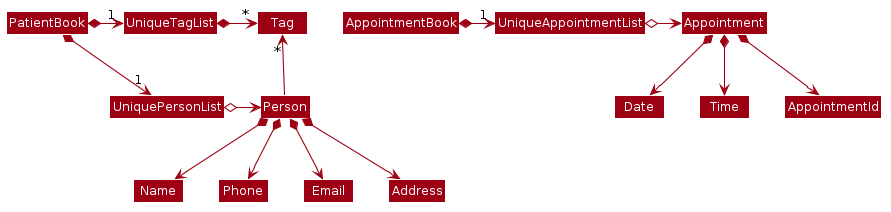
Above: docs/images/BetterModelClassDiagram.png in xz0127/tp (PlantUML), before the change.
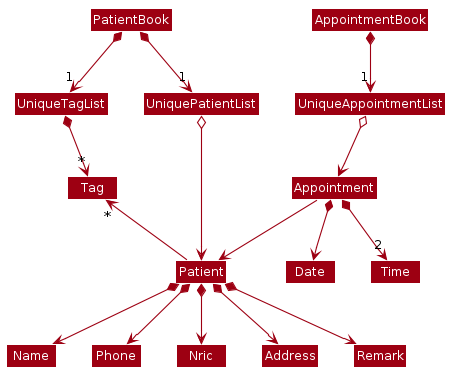
After the commit.

What changed in the source:
```diff
@@ -51,26 +51,27 @@
 skinparam arrowColor #9D0012
 skinparam classBackgroundColor #9D0012
 
-PatientBook *-right-> "1" UniquePersonList
-PatientBook *-right-> "1" UniqueTagList
-UniqueTagList -[hidden]down- UniquePersonList
-UniqueTagList -[hidden]down- UniquePersonList
+PatientBook *--> "1" UniquePatientList
+PatientBook *--> "1" UniqueTagList
 
-UniqueTagList *-right-> "*" Tag
-UniquePersonList o-right-> Person
+UniqueTagList -[hidden]right- UniquePatientList
 
-Person -up-> "*" Tag
+UniqueTagList *--> "*" Tag
+UniquePatientList o--> Patient
 
-Person *--> Name
-Person *--> Phone
-Person *--> Email
-Person *--> Address
+Patient -up-> "*" Tag
 
-AppointmentBook *-right-> "1" UniqueAppointmentList
+Patient *--> Name
+Patient *--> Phone
+Patient *--> Nric
+Patient *--> Address
+Patient *--> Remark
 
-UniqueAppointmentList o-right-> Appointment
+AppointmentBook *--> "1" UniqueAppointmentList
+
+UniqueAppointmentList o--> Appointment
 
 Appointment *--> Date
-Appointment *--> Time
-Appointment *--> AppointmentId
+Appointment *--> "2" Time
+Appointment --> Patient
 @enduml
```
